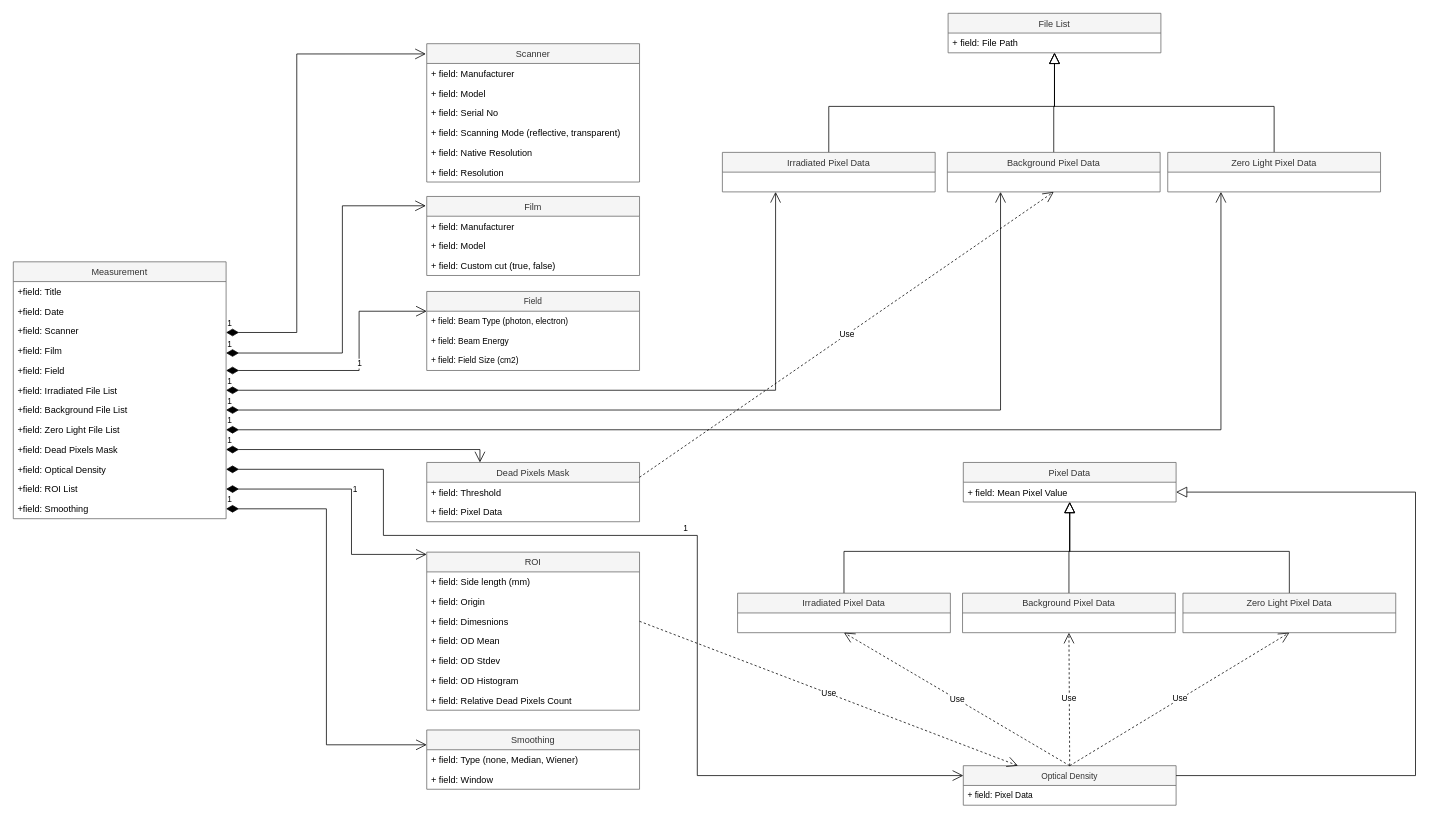
The draw.io diagram Radiochromic Film Toolbox/Analyze Film Class Relations.drawio in kurijlj/octave_mallab_projects, before the edit. Source tidied: cells renumbered, new cells numbered last; positions are measured from the earlier drawing's top-left corner, leaving out a move shared by most shapes. Both pictures are drawn from the tidied source at 76%, with x=0, y=0 at pixel (13, 13).
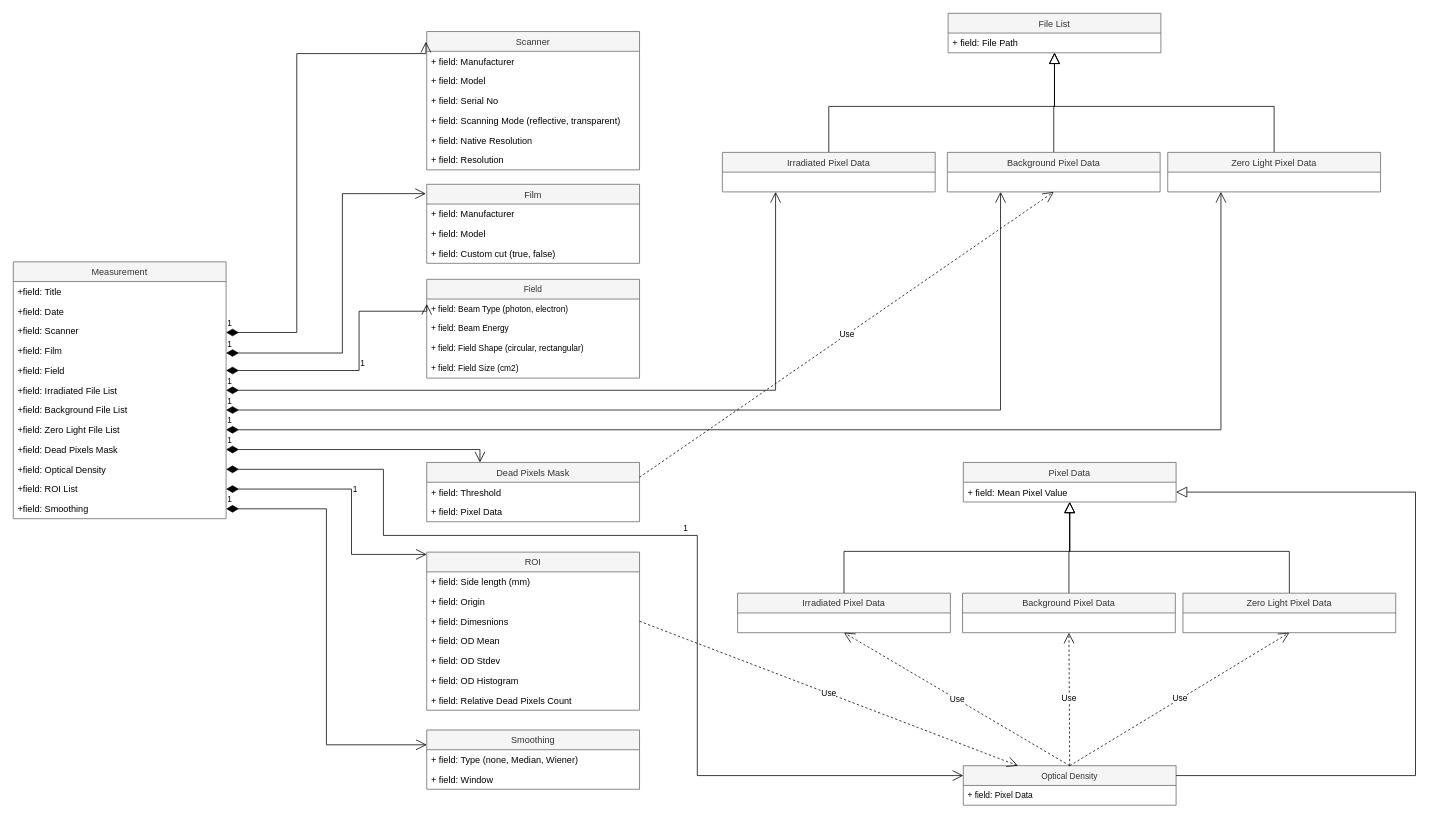
The same diagram, later.

Commit message:
DDosimetry: Corrected spelling in the filename.

The change refers to these unchanged cells:
```xml
<mxCell id="11" value="+field: Irradiated File List&#10;" style="text;strokeColor=none;fillColor=none;align=left;verticalAlign=top;spacingLeft=4;spacingRight=4;overflow=hidden;points=[[0,0.5],[1,0.5]];portConstraint=eastwest;" parent="5" vertex="1">
  <mxGeometry y="156" width="280" height="26" as="geometry" />
</mxCell>
<mxCell id="56" value="Irradiated Pixel Data" style="swimlane;fontStyle=0;horizontal=1;startSize=26;fillColor=#f5f5f5;fontColor=#333333;strokeColor=#666666;" parent="1" vertex="1">
  <mxGeometry x="933" y="183" width="280" height="52" as="geometry" />
</mxCell>
```

What changed in the source:
```diff
@@
     <mxCell id="18" value="Scanner" style="swimlane;fontStyle=0;horizontal=1;startSize=26;fillColor=#f5f5f5;fontColor=#333333;strokeColor=#666666;" parent="1" vertex="1">
-      <mxGeometry x="544" y="40" width="280" height="182" as="geometry" />
+      <mxGeometry x="544" y="24" width="280" height="182" as="geometry" />
     </mxCell>
@@
     <mxCell id="25" value="Film" style="swimlane;fontStyle=0;horizontal=1;startSize=26;fillColor=#f5f5f5;fontColor=#333333;strokeColor=#666666;" parent="1" vertex="1">
-      <mxGeometry x="544" y="241" width="280" height="104" as="geometry" />
+      <mxGeometry x="544" y="225" width="280" height="104" as="geometry" />
     </mxCell>
@@
     <mxCell id="47" value="1" style="endArrow=open;html=1;endSize=12;startArrow=diamondThin;startSize=14;startFill=1;edgeStyle=orthogonalEdgeStyle;align=left;verticalAlign=bottom;rounded=0;shadow=0;sketch=0;entryX=0.25;entryY=1;entryDx=0;entryDy=0;" parent="1" edge="1" source="11" target="56">
-      <mxGeometry x="-1" y="3" relative="1" as="geometry" />
+      <mxGeometry x="-1" y="3" relative="1" as="geometry">
+        <Array as="points">
+          <mxPoint x="1003" y="496" />
+        </Array>
+      </mxGeometry>
     </mxCell>
@@
     <mxCell id="72" value="Field" style="swimlane;fontStyle=0;horizontal=1;startSize=26;fillColor=#f5f5f5;fontFamily=Helvetica;fontSize=11;fontColor=#333333;strokeColor=#666666;" parent="1" vertex="1">
-      <mxGeometry x="544" y="366" width="280" height="104" as="geometry" />
+      <mxGeometry x="544" y="350" width="280" height="130" as="geometry" />
     </mxCell>
@@
+    <mxCell id="78" value="+ field: Field Shape (circular, rectangular)" style="text;strokeColor=none;fillColor=none;align=left;verticalAlign=top;spacingLeft=4;spacingRight=4;overflow=hidden;fontFamily=Helvetica;fontSize=11;fontColor=default;" parent="72" vertex="1">
+      <mxGeometry y="78" width="280" height="26" as="geometry" />
+    </mxCell>
     <mxCell id="75" value="+ field: Field Size (cm2)" style="text;strokeColor=none;fillColor=none;align=left;verticalAlign=top;spacingLeft=4;spacingRight=4;overflow=hidden;fontFamily=Helvetica;fontSize=11;fontColor=default;" parent="72" vertex="1">
-      <mxGeometry y="78" width="280" height="26" as="geometry" />
+      <mxGeometry y="104" width="280" height="26" as="geometry" />
     </mxCell>
```
